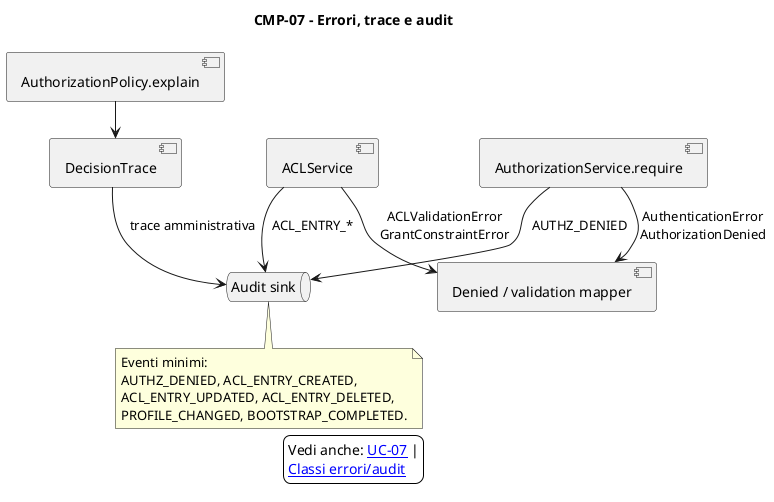
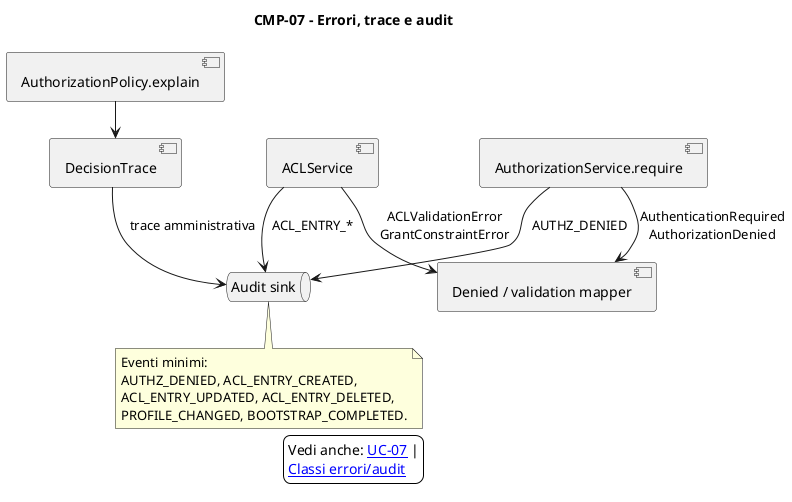
@startuml 07_errori_audit
' Title: Sistema ACL - 07_errori_audit
' Author/Licensor: Francesco
' Source: this repository
' License: Creative Commons Attribution-ShareAlike 4.0 International
' License URL: https://creativecommons.org/licenses/by-sa/4.0/
' SPDX-License-Identifier: CC-BY-SA-4.0
!pragma layout smetana
skinparam backgroundColor white
skinparam nodesep 80
skinparam ranksep 80
title CMP-07 - Errori, trace e audit
skinparam shadowing false

component "AuthorizationService.require" as Require
component "ACLService" as AclService
component "AuthorizationPolicy.explain" as Explain
component "Denied / validation mapper" as Mapper
queue "Audit sink" as Audit
component "DecisionTrace" as Trace

- Require --> Mapper : AuthenticationError\nAuthorizationDenied
+ Require --> Mapper : AuthenticationRequired\nAuthorizationDenied
AclService --> Mapper : ACLValidationError\nGrantConstraintError
Explain --> Trace
Trace --> Audit : trace amministrativa
AclService --> Audit : ACL_ENTRY_*
Require --> Audit : AUTHZ_DENIED

note bottom of Audit
  Eventi minimi:
  AUTHZ_DENIED, ACL_ENTRY_CREATED,
  ACL_ENTRY_UPDATED, ACL_ENTRY_DELETED,
  PROFILE_CHANGED, BOOTSTRAP_COMPLETED.
end note

legend
  Vedi anche: [[../use%20case/07_spiegare_decisione_audit.puml UC-07]] |
  [[../classi/07_errori_audit_trace.puml Classi errori/audit]]
endlegend
@enduml
